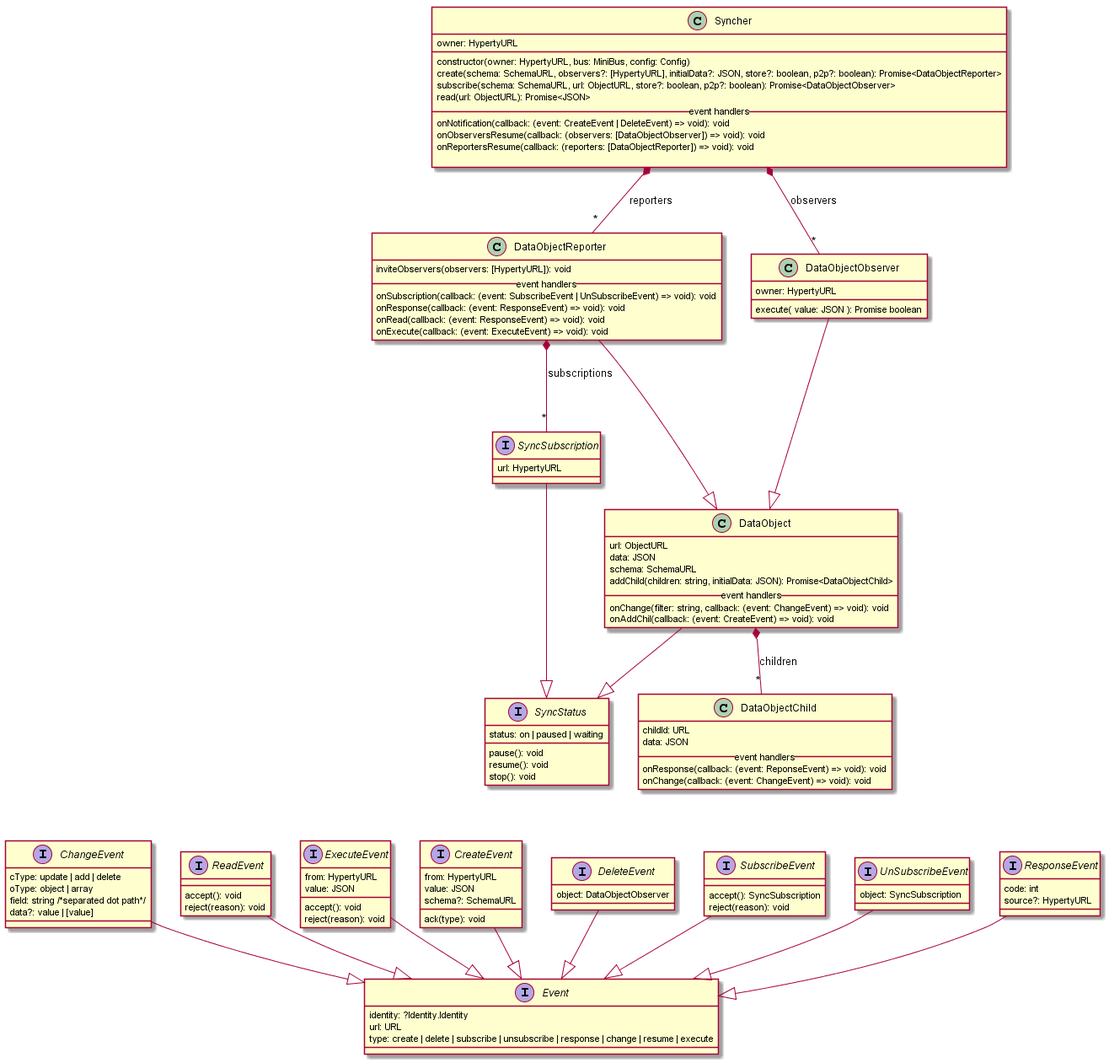
Earlier version of the PlantUML export service-framework/SyncherAPI.png (reTHINK-project/specs).
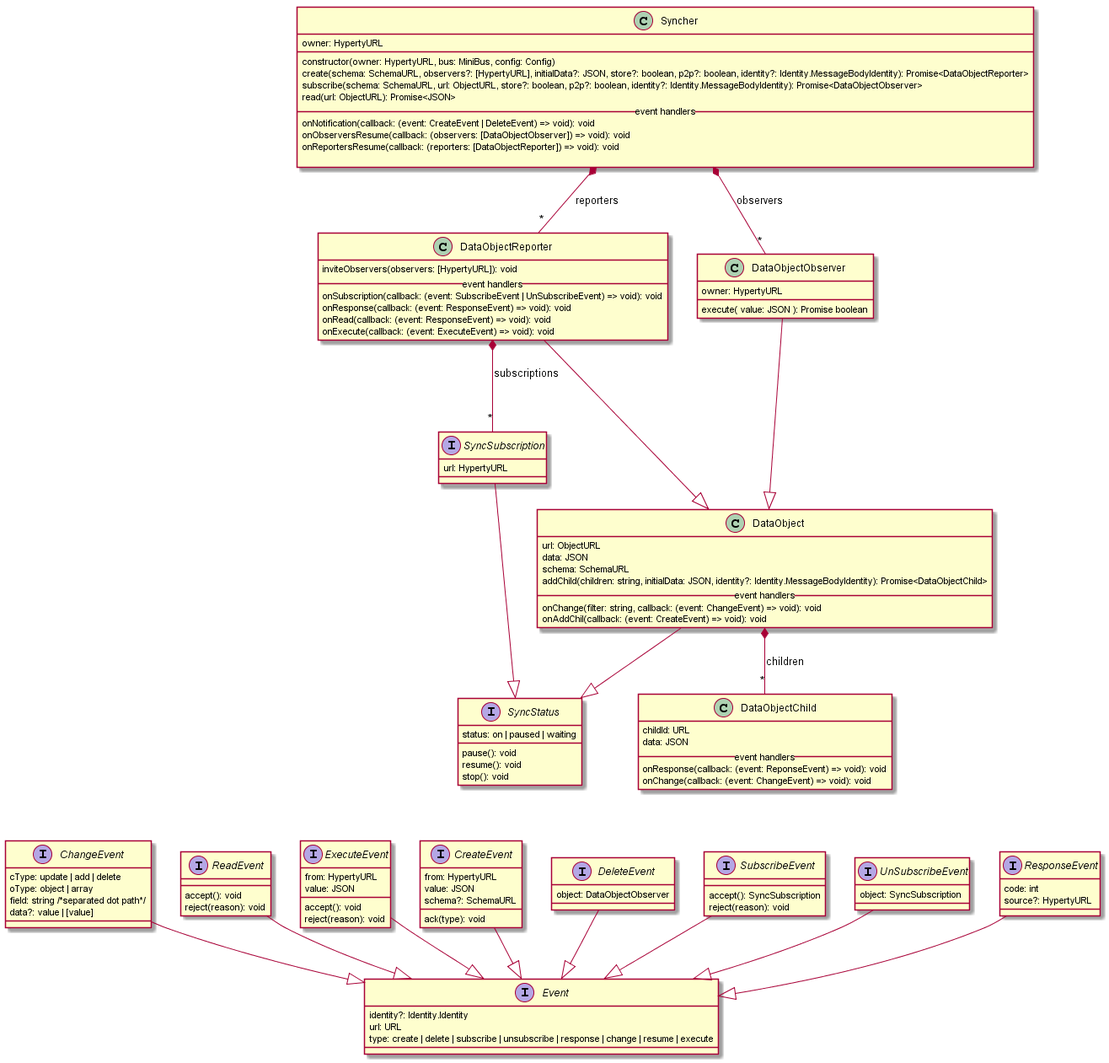
The same diagram one commit later.

Commit message:
syncher docs updated with new "identity" attribute

Change to the diagram source:
```diff
@@ -15,8 +15,8 @@
   owner: HypertyURL
   __
   constructor(owner: HypertyURL, bus: MiniBus, config: Config)
-  create(schema: SchemaURL, observers?: [HypertyURL], initialData?: JSON, store?: boolean, p2p?: boolean): Promise<DataObjectReporter>
-  subscribe(schema: SchemaURL, url: ObjectURL, store?: boolean, p2p?: boolean): Promise<DataObjectObserver>
+  create(schema: SchemaURL, observers?: [HypertyURL], initialData?: JSON, store?: boolean, p2p?: boolean, identity?: Identity.MessageBodyIdentity): Promise<DataObjectReporter>
+  subscribe(schema: SchemaURL, url: ObjectURL, store?: boolean, p2p?: boolean, identity?: Identity.MessageBodyIdentity): Promise<DataObjectObserver>
   read(url: ObjectURL): Promise<JSON>
   __ event handlers __
   onNotification(callback: (event: CreateEvent | DeleteEvent) => void): void
@@ -29,7 +29,7 @@
   url: ObjectURL
   data: JSON
   schema: SchemaURL
-  addChild(children: string, initialData: JSON): Promise<DataObjectChild>
+  addChild(children: string, initialData: JSON, identity?: Identity.MessageBodyIdentity): Promise<DataObjectChild>
   __ event handlers __
   onChange(filter: string, callback: (event: ChangeEvent) => void): void
   onAddChil(callback: (event: CreateEvent) => void): void
@@ -58,7 +58,7 @@
 }
 
 interface Event {
-  identity: ?Identity.Identity
+  identity?: Identity.Identity
   url: URL
   type: create | delete | subscribe | unsubscribe | response | change | resume | execute
 }
```
